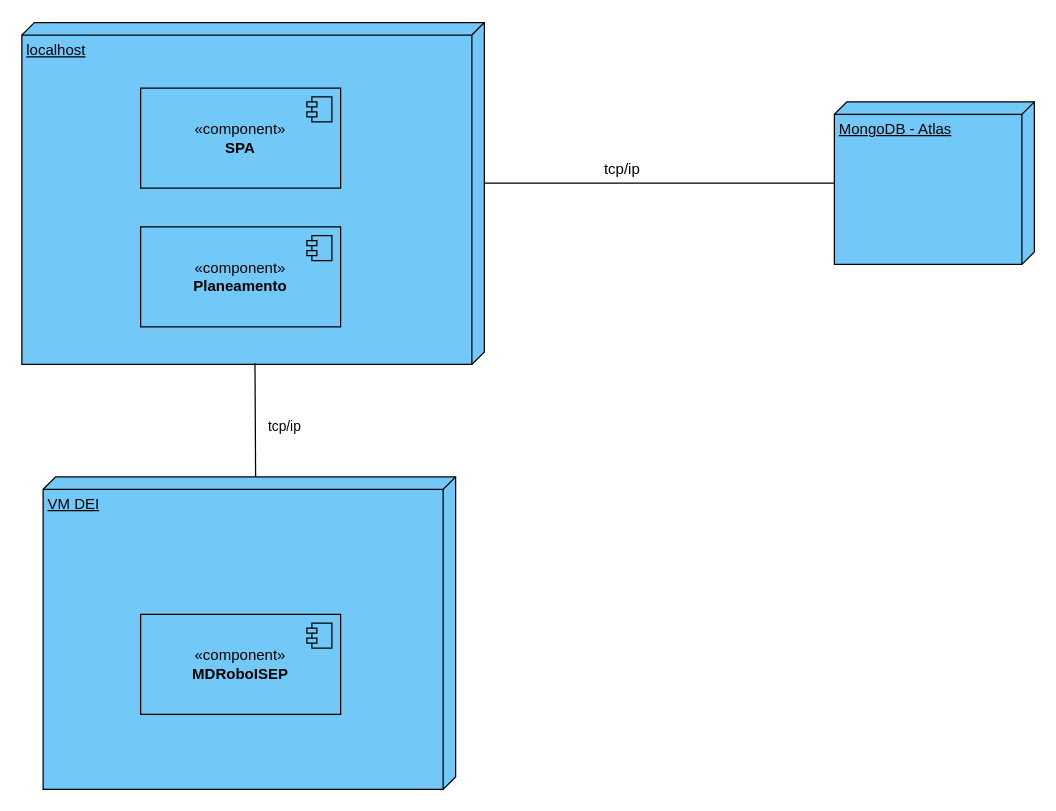
Earlier version of the draw.io diagram docs/Sprint_B/N2/VF.drawio (SEM5PI2324G58/sem5pi_g58_23_24). Source tidied: cells renumbered, new cells numbered last; positions are measured from the earlier drawing's top-left corner, leaving out a move shared by most shapes. Both pictures are drawn from the tidied source at 125%, with x=0, y=0 at pixel (21, 21).
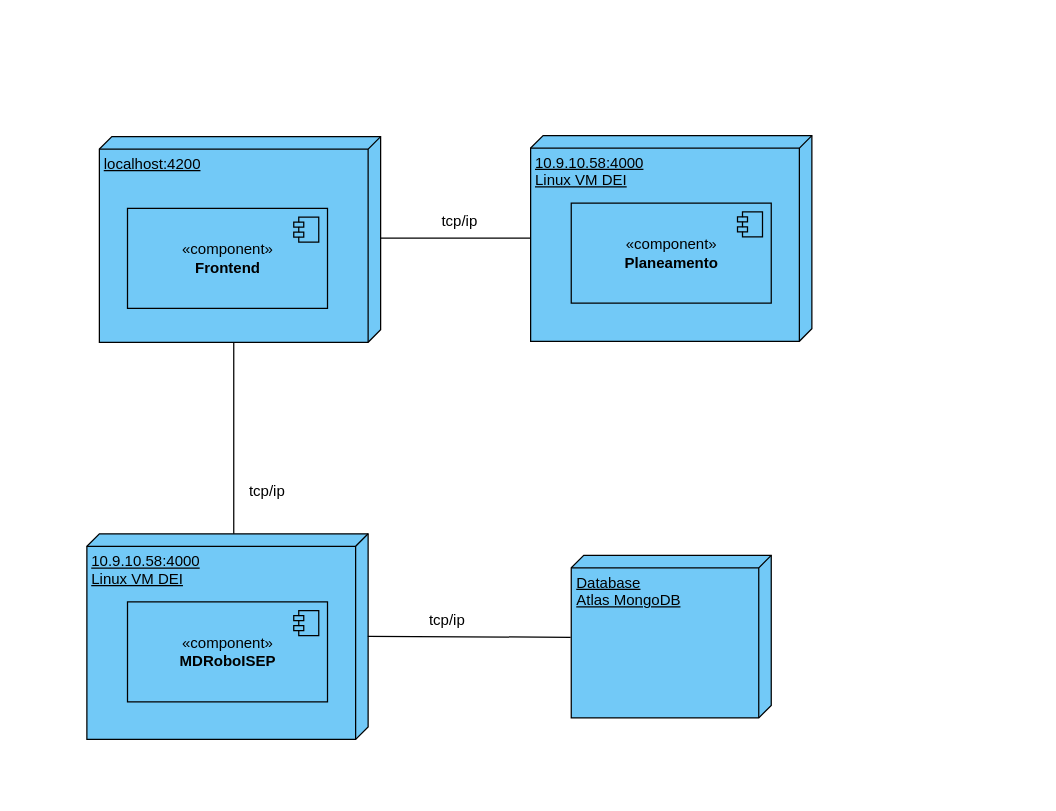
After the change.

Commit message (it also covers changes not shown here):
Ataualização Vista Física N2

Change to the diagram source:
```diff
@@
-    <mxCell id="2" value="localhost" style="verticalAlign=top;align=left;spacingTop=8;spacingLeft=2;spacingRight=12;shape=cube;size=10;direction=south;fontStyle=4;html=1;whiteSpace=wrap;fillColor=#72C9F7;" parent="1" vertex="1">
-      <mxGeometry y="0.5" width="370" height="273.5" as="geometry" />
-    </mxCell>
-    <mxCell id="3" style="line;strokeWidth=1;fillColor=#72C9F7;align=left;verticalAlign=middle;spacingTop=-1;spacingLeft=3;spacingRight=3;labelPosition=right;strokeColor=inherit;" parent="1" vertex="1">
-      <mxGeometry x="370" y="125" width="280" height="8" as="geometry" />
-    </mxCell>
-    <mxCell id="4" value="MongoDB - Atlas" style="verticalAlign=top;align=left;spacingTop=8;spacingLeft=2;spacingRight=12;shape=cube;size=10;direction=south;fontStyle=4;html=1;whiteSpace=wrap;fillColor=#72C9F7;" parent="1" vertex="1">
-      <mxGeometry x="650" y="64" width="160" height="130" as="geometry" />
-    </mxCell>
-    <mxCell id="5" value="tcp/ip" style="text;html=1;align=center;verticalAlign=middle;strokeColor=none;fillColor=none;" parent="1" vertex="1">
-      <mxGeometry x="455" y="103" width="50" height="30" as="geometry" />
-    </mxCell>
-    <mxCell id="6" value="«component»&lt;br&gt;&lt;b&gt;SPA&lt;/b&gt;" style="html=1;whiteSpace=wrap;fillColor=#72C9F7;" parent="1" vertex="1">
-      <mxGeometry x="95" y="53" width="160" height="80" as="geometry" />
-    </mxCell>
-    <mxCell id="7" style="shape=module;jettyWidth=8;jettyHeight=4;fillColor=#72C9F7;" parent="6" vertex="1">
-      <mxGeometry x="1" width="20" height="20" relative="1" as="geometry">
-        <mxPoint x="-27" y="7" as="offset" />
-      </mxGeometry>
-    </mxCell>
+    <mxCell id="14" value="Database&lt;br&gt;Atlas MongoDB" style="verticalAlign=top;align=left;spacingTop=8;spacingLeft=2;spacingRight=12;shape=cube;size=10;direction=south;fontStyle=4;html=1;whiteSpace=wrap;fillColor=#72C9F7;" parent="1" vertex="1">
+      <mxGeometry x="439.5" y="426.8" width="160" height="130" as="geometry" />
+    </mxCell>
+    <mxCell id="15" value="tcp/ip" style="text;html=1;align=center;verticalAlign=middle;strokeColor=none;fillColor=none;" parent="1" vertex="1">
+      <mxGeometry x="315" y="464" width="50" height="30" as="geometry" />
+    </mxCell>
+    <mxCell id="16" value="10.9.10.58:4000&lt;br&gt;Linux VM DEI" style="verticalAlign=top;align=left;spacingTop=8;spacingLeft=2;spacingRight=12;shape=cube;size=10;direction=south;fontStyle=4;html=1;whiteSpace=wrap;fillColor=#72C9F7;" parent="1" vertex="1">
+      <mxGeometry x="52" y="409.5" width="225" height="164.5" as="geometry" />
+    </mxCell>
+    <mxCell id="17" style="endArrow=none;html=1;rounded=0;exitX=0;exitY=0;exitDx=0;exitDy=107.5;exitPerimeter=0;entryX=0;entryY=0;entryDx=164.5;entryDy=117.5;entryPerimeter=0;" parent="1" edge="1" source="16" target="25">
+      <mxGeometry relative="1" as="geometry" />
+    </mxCell>
+    <mxCell id="11" value="«component»&lt;br&gt;&lt;b&gt;MDRoboISEP&lt;/b&gt;" style="html=1;whiteSpace=wrap;fillColor=#72C9F7;" parent="1" vertex="1">
+      <mxGeometry x="84.5" y="464" width="160" height="80" as="geometry" />
+    </mxCell>
+    <mxCell id="18" style="shape=module;jettyWidth=8;jettyHeight=4;fillColor=#72C9F7;" parent="11" vertex="1">
+      <mxGeometry x="1" width="20" height="20" relative="1" as="geometry">
+        <mxPoint x="-27" y="7" as="offset" />
+      </mxGeometry>
+    </mxCell>
+    <mxCell id="19" style="endArrow=none;html=1;rounded=0;exitX=0.499;exitY=0.001;exitDx=0;exitDy=0;exitPerimeter=0;entryX=0.504;entryY=1.003;entryDx=0;entryDy=0;entryPerimeter=0;" parent="1" edge="1" source="16" target="14">
+      <mxGeometry relative="1" as="geometry" />
+    </mxCell>
+    <mxCell id="20" value="tcp/ip" style="text;html=1;align=center;verticalAlign=middle;strokeColor=none;fillColor=none;" parent="1" vertex="1">
+      <mxGeometry x="171" y="361" width="50" height="30" as="geometry" />
+    </mxCell>
+    <mxCell id="21" value="tcp/ip" style="text;html=1;align=center;verticalAlign=middle;strokeColor=none;fillColor=none;" parent="1" vertex="1">
+      <mxGeometry x="325" y="145" width="50" height="30" as="geometry" />
+    </mxCell>
+    <mxCell id="22" style="endArrow=none;html=1;rounded=0;exitX=0;exitY=0;exitDx=82.25;exitDy=0;exitPerimeter=0;entryX=0;entryY=0;entryDx=125;entryDy=290;entryPerimeter=0;" parent="1" edge="1">
+      <mxGeometry relative="1" as="geometry">
+        <mxPoint x="287" y="173" as="sourcePoint" />
+        <mxPoint x="407" y="173" as="targetPoint" />
+      </mxGeometry>
+    </mxCell>
+    <mxCell id="23" value="10.9.10.58:4000&lt;br&gt;Linux VM DEI" style="verticalAlign=top;align=left;spacingTop=8;spacingLeft=2;spacingRight=12;shape=cube;size=10;direction=south;fontStyle=4;html=1;whiteSpace=wrap;fillColor=#72C9F7;" parent="1" vertex="1">
+      <mxGeometry x="407" y="91" width="225" height="164.5" as="geometry" />
+    </mxCell>
     <mxCell id="8" value="«component»&lt;br&gt;&lt;b&gt;Planeamento&lt;/b&gt;" style="html=1;whiteSpace=wrap;fillColor=#72C9F7;" parent="1" vertex="1">
-      <mxGeometry x="95" y="164" width="160" height="80" as="geometry" />
+      <mxGeometry x="439.5" y="145" width="160" height="80" as="geometry" />
     </mxCell>
-    <mxCell id="9" style="shape=module;jettyWidth=8;jettyHeight=4;fillColor=#72C9F7;" parent="8" vertex="1">
-      <mxGeometry x="1" width="20" height="20" relative="1" as="geometry">
-        <mxPoint x="-27" y="7" as="offset" />
-      </mxGeometry>
-    </mxCell>
-    <mxCell id="10" value="VM DEI" style="verticalAlign=top;align=left;spacingTop=8;spacingLeft=2;spacingRight=12;shape=cube;size=10;direction=south;fontStyle=4;html=1;whiteSpace=wrap;fillColor=#72C9F7;" parent="1" vertex="1">
-      <mxGeometry x="17" y="364" width="330" height="250" as="geometry" />
-    </mxCell>
-    <mxCell id="11" value="«component»&lt;br&gt;&lt;b&gt;MDRoboISEP&lt;/b&gt;" style="html=1;whiteSpace=wrap;fillColor=#72C9F7;" parent="1" vertex="1">
-      <mxGeometry x="95" y="474" width="160" height="80" as="geometry" />
-    </mxCell>
-    <mxCell id="12" style="shape=module;jettyWidth=8;jettyHeight=4;fillColor=#72C9F7;" parent="11" vertex="1">
-      <mxGeometry x="1" width="20" height="20" relative="1" as="geometry">
-        <mxPoint x="-27" y="7" as="offset" />
-      </mxGeometry>
-    </mxCell>
-    <mxCell id="13" value="tcp/ip" style="endArrow=none;html=1;rounded=0;exitX=0;exitY=0;exitDx=0;exitDy=160;exitPerimeter=0;entryX=0.997;entryY=0.496;entryDx=0;entryDy=0;entryPerimeter=0;" parent="1" edge="1" source="10" target="2">
-      <mxGeometry x="-0.12" y="-23" relative="1" as="geometry" />
-    </mxCell>
+    <mxCell id="24" style="shape=module;jettyWidth=8;jettyHeight=4;fillColor=#72C9F7;" parent="8" vertex="1">
+      <mxGeometry x="1" width="20" height="20" relative="1" as="geometry">
+        <mxPoint x="-27" y="7" as="offset" />
+      </mxGeometry>
+    </mxCell>
+    <mxCell id="25" value="localhost:4200" style="verticalAlign=top;align=left;spacingTop=8;spacingLeft=2;spacingRight=12;shape=cube;size=10;direction=south;fontStyle=4;html=1;whiteSpace=wrap;fillColor=#72C9F7;" parent="1" vertex="1">
+      <mxGeometry x="62" y="91.8" width="225" height="164.5" as="geometry" />
+    </mxCell>
+    <mxCell id="26" value="«component»&lt;br&gt;&lt;b&gt;Frontend&lt;/b&gt;" style="html=1;whiteSpace=wrap;fillColor=#72C9F7;" parent="1" vertex="1">
+      <mxGeometry x="84.5" y="149.2" width="160" height="80" as="geometry" />
+    </mxCell>
+    <mxCell id="27" style="shape=module;jettyWidth=8;jettyHeight=4;fillColor=#72C9F7;" parent="26" vertex="1">
+      <mxGeometry x="1" width="20" height="20" relative="1" as="geometry">
+        <mxPoint x="-27" y="7" as="offset" />
+      </mxGeometry>
+    </mxCell>
```
